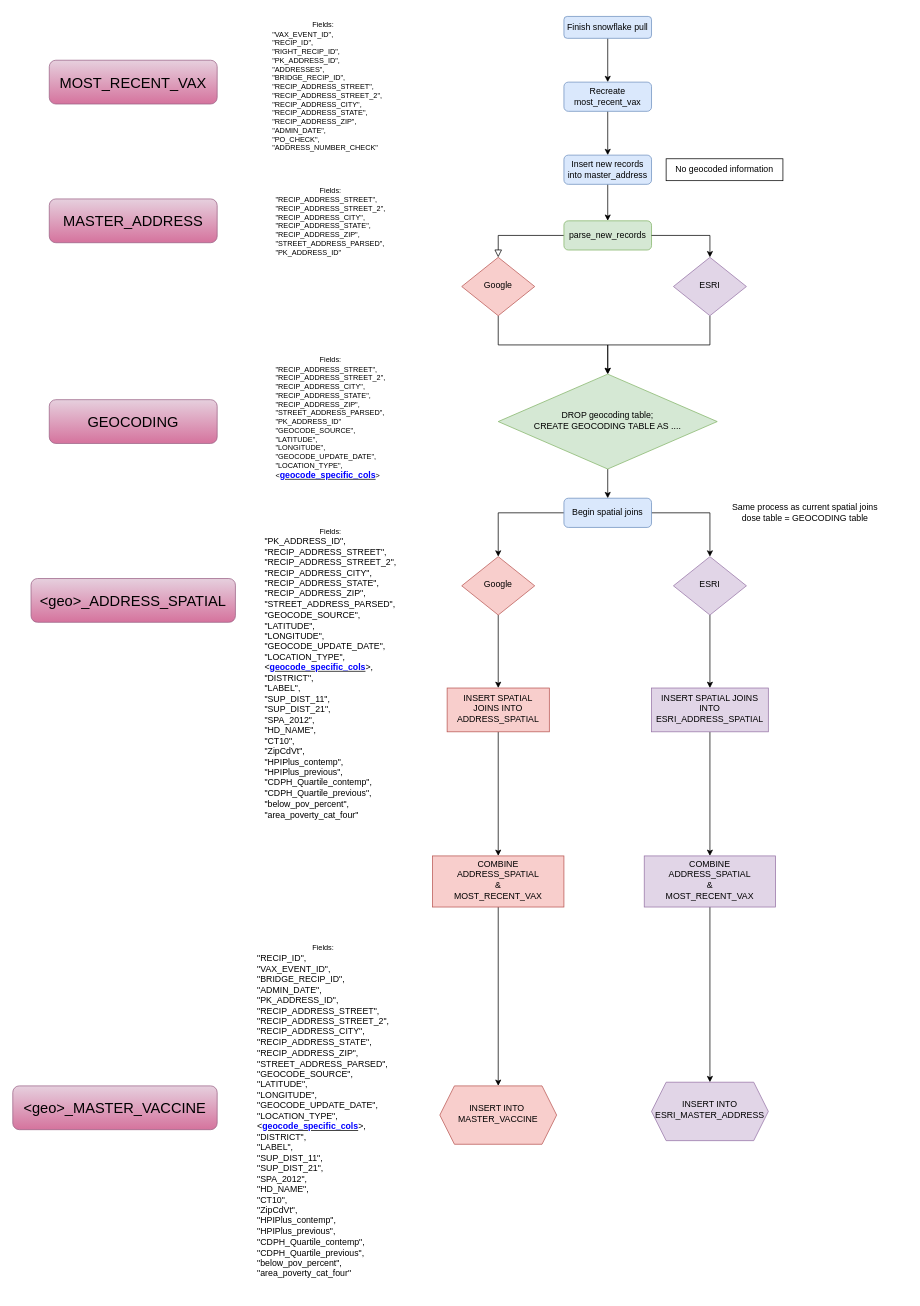
The draw.io diagram new_addy_diagram.drawio in Primordial-Haggis/LA_county_vax_etl_workflow, before the edit. Source tidied: cells renumbered, new cells numbered last; positions are measured from the earlier drawing's top-left corner, leaving out a move shared by most shapes. Both pictures are drawn from the tidied source at 73%, with x=0, y=0 at pixel (12, 12).
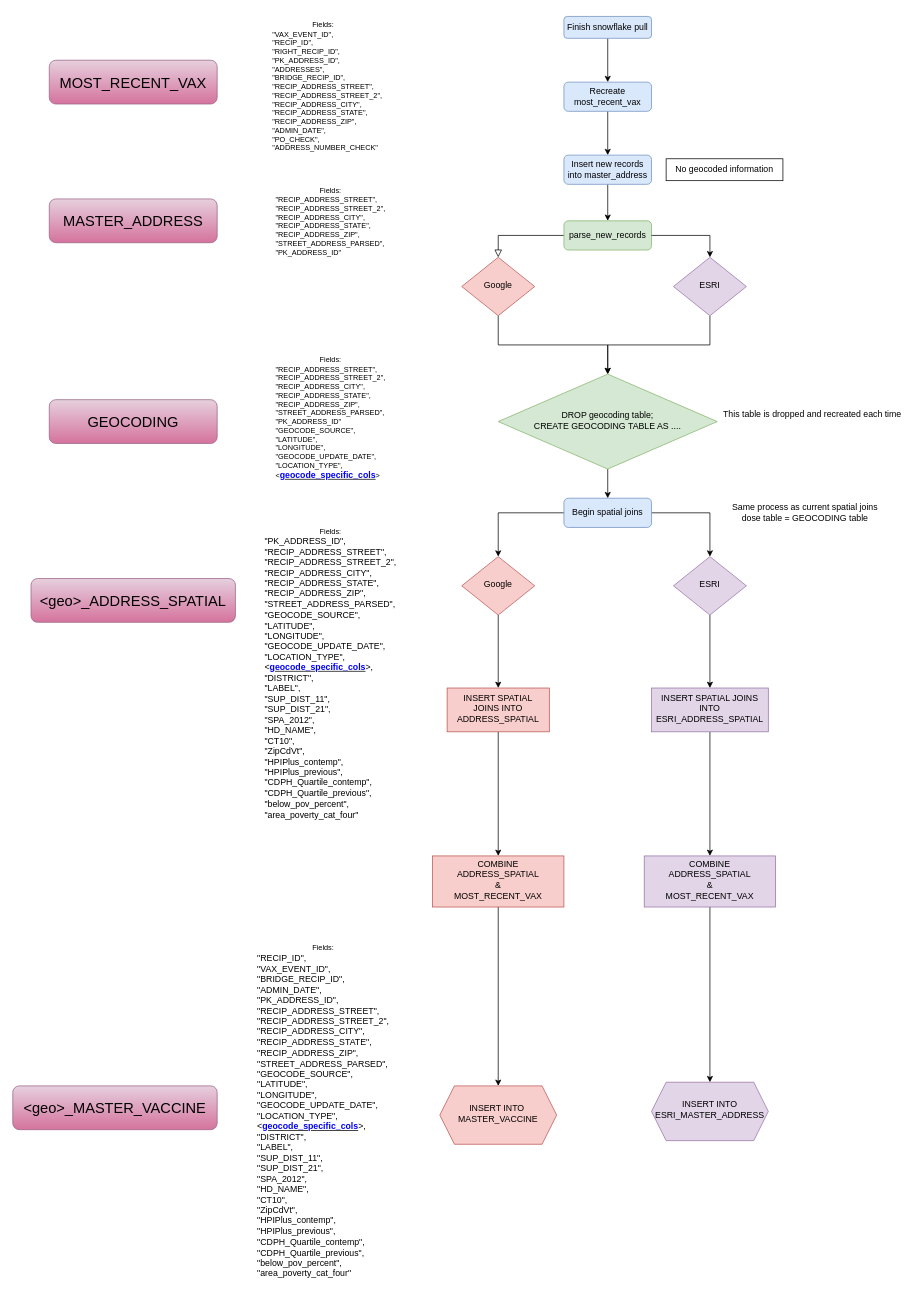
The same page after the edit.

Diff of the diagram source:
```diff
@@
+    <mxCell id="46" value="&lt;span style=&quot;font-size: 12px;&quot;&gt;This table is dropped and recreated each time&lt;/span&gt;" style="text;html=1;align=center;verticalAlign=middle;strokeColor=none;fillColor=none;fontSize=10;" parent="1" vertex="1">
+      <mxGeometry x="965" y="535" width="260" height="30" as="geometry" />
+    </mxCell>
```
